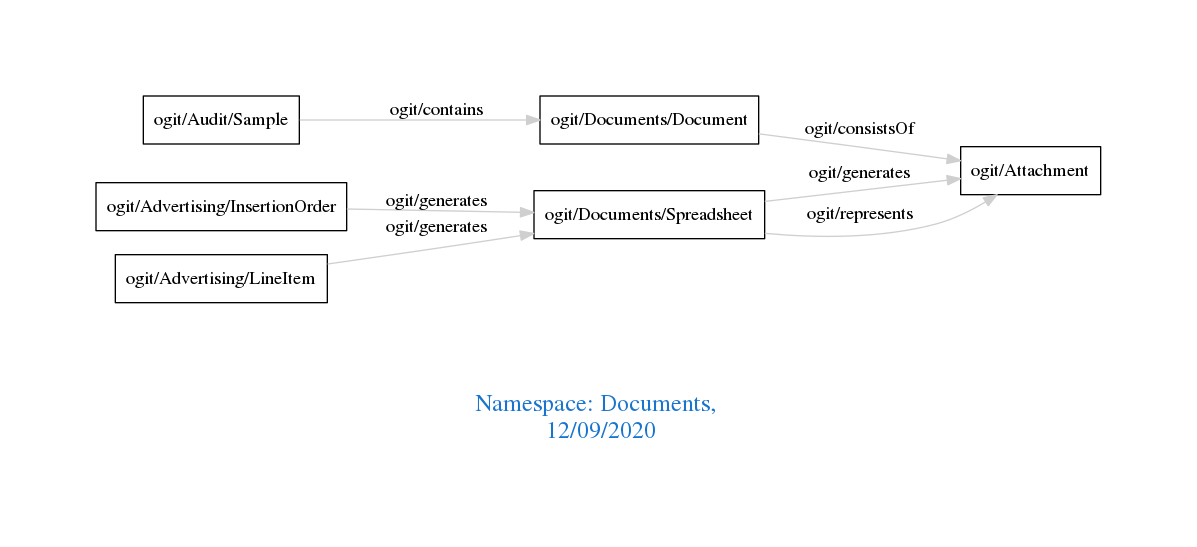
This is downloads/Documents.png from arago/OGIT, a Graphviz export, as it was before one commit. Its source is kept beside it as downloads/Documents.dot.
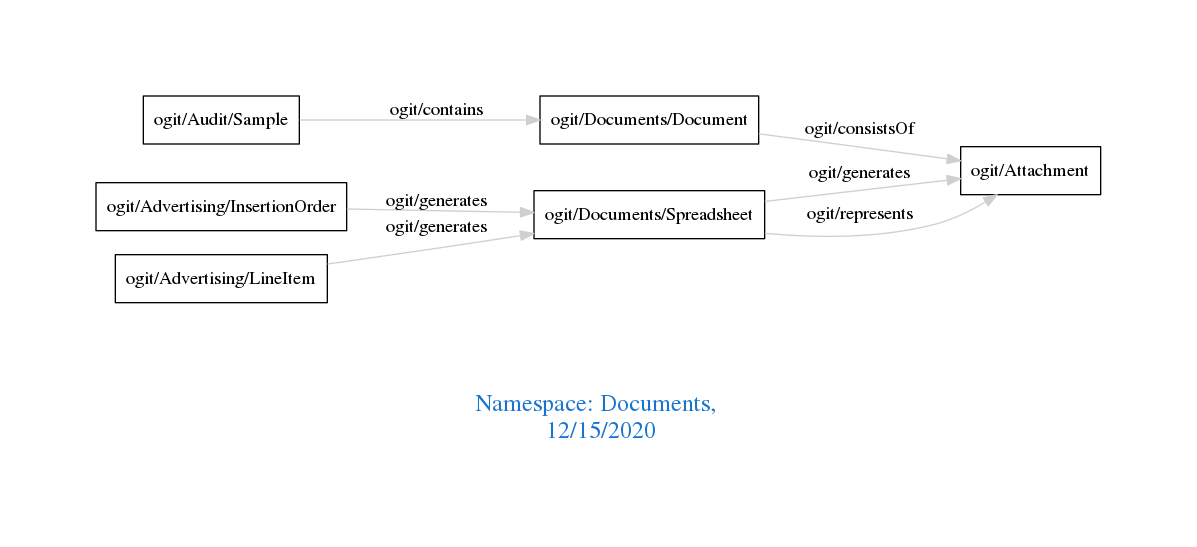
Above is the later version.

The edit, as a diff of the source:
```diff
@@ -1,7 +1,7 @@
 digraph OGIT_ontology {
  graph [ rankdir= LR,pad=1
 fontsize = 18,
-fontcolor= dodgerblue3,label = "\n\n\nNamespace: Documents, \n 12/09/2020"];
+fontcolor= dodgerblue3,label = "\n\n\nNamespace: Documents, \n 12/15/2020"];
 node[shape=polygon];
 edge [  color="gray81"];
 
```
